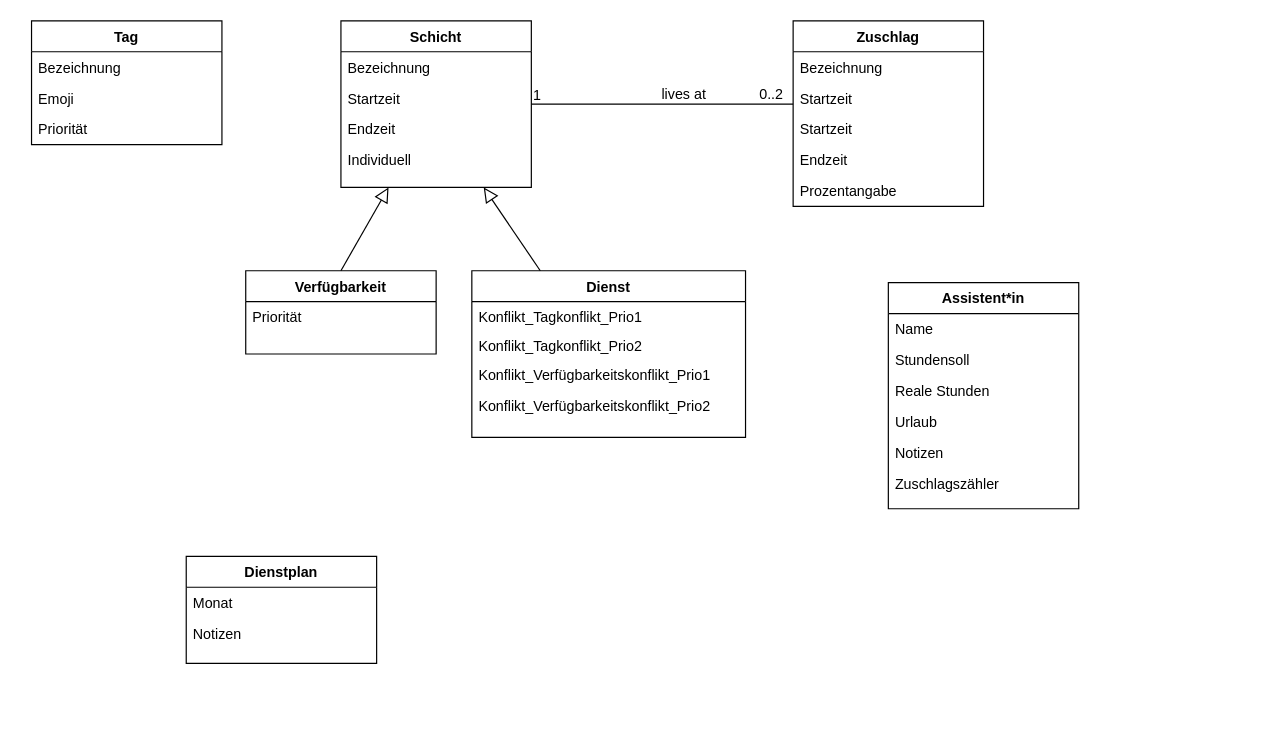
Before: 4_Entwurf/4_UML/Domänenklassendiagramm_Anforderungsspezifikation.drawio in annikalenneper/praxisprojekt_mi_bachelor_SoSe24, a draw.io diagram. Source tidied: cells renumbered, new cells numbered last; positions are measured from the earlier drawing's top-left corner, leaving out a move shared by most shapes. Both pictures are drawn from the tidied source at 119%, with x=0, y=0 at pixel (31, 20).
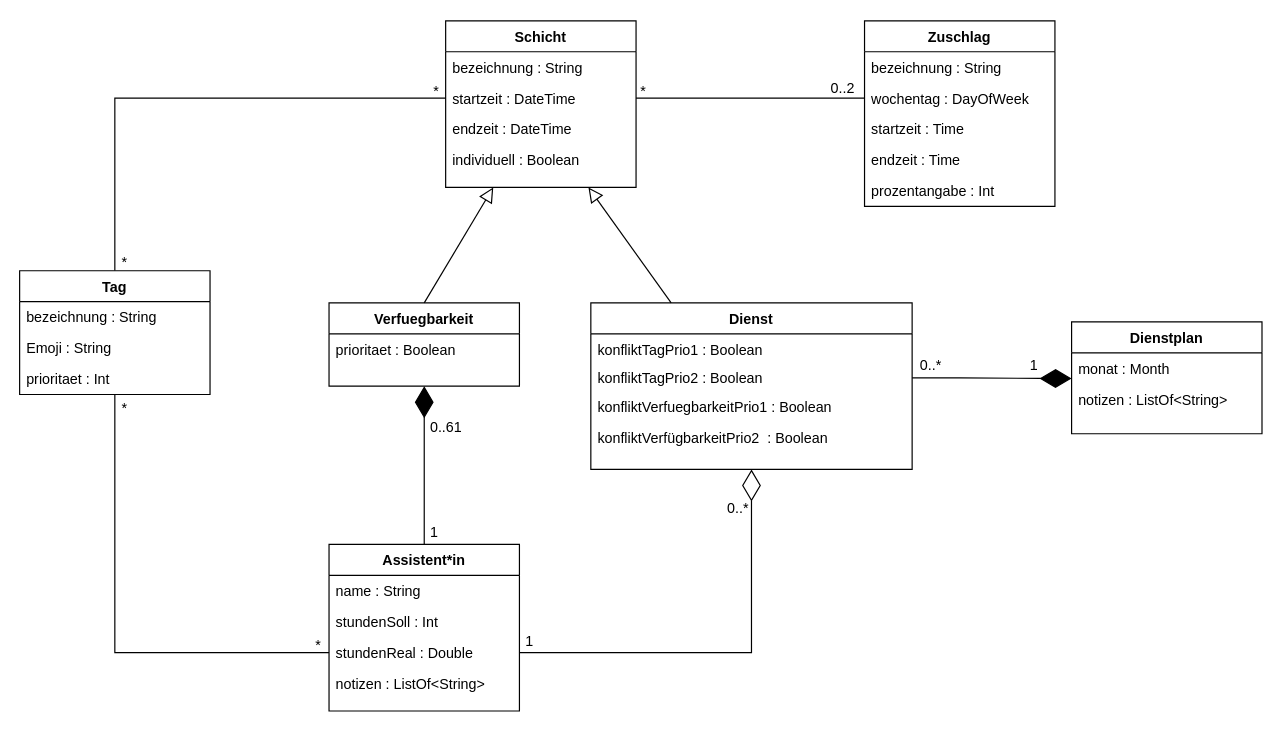
The same diagram, later.

Commit message:
added data types for class properties in domain class diagram

What changed in the source:
```diff
@@
     <mxCell id="2" value="Schicht" style="swimlane;fontStyle=1;align=center;verticalAlign=top;horizontal=1;startSize=26;rounded=0;shadow=0;strokeWidth=1;" parent="1" vertex="1">
-      <mxGeometry x="260" width="160" height="140" as="geometry" />
+      <mxGeometry x="348" width="160" height="140" as="geometry" />
     </mxCell>
-    <mxCell id="3" value="Bezeichnung" style="text;align=left;verticalAlign=top;spacingLeft=4;spacingRight=4;overflow=hidden;rounded=0;shadow=0;html=0;" parent="2" vertex="1">
+    <mxCell id="3" value="bezeichnung : String" style="text;align=left;verticalAlign=top;spacingLeft=4;spacingRight=4;overflow=hidden;rounded=0;shadow=0;html=0;" parent="2" vertex="1">
       <mxGeometry y="26" width="160" height="26" as="geometry" />
     </mxCell>
-    <mxCell id="4" value="Startzeit" style="text;align=left;verticalAlign=top;spacingLeft=4;spacingRight=4;overflow=hidden;points=[[0,0.5],[1,0.5]];portConstraint=eastwest;rounded=0;shadow=0;html=0;" parent="2" vertex="1">
+    <mxCell id="4" value="startzeit : DateTime" style="text;align=left;verticalAlign=top;spacingLeft=4;spacingRight=4;overflow=hidden;points=[[0,0.5],[1,0.5]];portConstraint=eastwest;rounded=0;shadow=0;html=0;" parent="2" vertex="1">
       <mxGeometry y="52" width="160" height="26" as="geometry" />
     </mxCell>
-    <mxCell id="5" value="Endzeit" style="text;align=left;verticalAlign=top;spacingLeft=4;spacingRight=4;overflow=hidden;rounded=0;shadow=0;html=0;" parent="2" vertex="1">
+    <mxCell id="5" value="endzeit : DateTime" style="text;align=left;verticalAlign=top;spacingLeft=4;spacingRight=4;overflow=hidden;rounded=0;shadow=0;html=0;" parent="2" vertex="1">
       <mxGeometry y="78" width="160" height="26" as="geometry" />
     </mxCell>
-    <mxCell id="6" value="Individuell" style="text;align=left;verticalAlign=top;spacingLeft=4;spacingRight=4;overflow=hidden;rounded=0;shadow=0;html=0;" parent="2" vertex="1">
+    <mxCell id="6" value="individuell : Boolean" style="text;align=left;verticalAlign=top;spacingLeft=4;spacingRight=4;overflow=hidden;rounded=0;shadow=0;html=0;" parent="2" vertex="1">
       <mxGeometry y="104" width="160" height="26" as="geometry" />
     </mxCell>
-    <mxCell id="7" value="Verfügbarkeit" style="swimlane;fontStyle=1;align=center;verticalAlign=top;horizontal=1;startSize=26;rounded=0;shadow=0;strokeWidth=1;" parent="1" vertex="1">
-      <mxGeometry x="180" y="210" width="160" height="70" as="geometry" />
+    <mxCell id="7" value="Verfuegbarkeit" style="swimlane;fontStyle=1;align=center;verticalAlign=top;horizontal=1;startSize=26;rounded=0;shadow=0;strokeWidth=1;" parent="1" vertex="1">
+      <mxGeometry x="250" y="237" width="160" height="70" as="geometry" />
     </mxCell>
-    <mxCell id="8" value="Priorität" style="text;align=left;verticalAlign=top;spacingLeft=4;spacingRight=4;overflow=hidden;" parent="7" vertex="1">
+    <mxCell id="8" value="prioritaet : Boolean" style="text;align=left;verticalAlign=top;spacingLeft=4;spacingRight=4;overflow=hidden;" parent="7" vertex="1">
       <mxGeometry y="26" width="160" height="24" as="geometry" />
     </mxCell>
@@
     <mxCell id="10" value="Zuschlag" style="swimlane;fontStyle=1;align=center;verticalAlign=top;horizontal=1;startSize=26;rounded=0;shadow=0;strokeWidth=1;" parent="1" vertex="1">
-      <mxGeometry x="640" width="160" height="156" as="geometry" />
+      <mxGeometry x="700" width="160" height="156" as="geometry" />
     </mxCell>
-    <mxCell id="11" value="Bezeichnung" style="text;align=left;verticalAlign=top;spacingLeft=4;spacingRight=4;overflow=hidden;" parent="10" vertex="1">
+    <mxCell id="11" value="bezeichnung : String" style="text;align=left;verticalAlign=top;spacingLeft=4;spacingRight=4;overflow=hidden;" parent="10" vertex="1">
       <mxGeometry y="26" width="160" height="26" as="geometry" />
     </mxCell>
-    <mxCell id="12" value="Startzeit" style="text;align=left;verticalAlign=top;spacingLeft=4;spacingRight=4;overflow=hidden;points=[[0,0.5],[1,0.5]];portConstraint=eastwest;rounded=0;shadow=0;html=0;" parent="10" vertex="1">
+    <mxCell id="12" value="wochentag : DayOfWeek" style="text;align=left;verticalAlign=top;spacingLeft=4;spacingRight=4;overflow=hidden;points=[[0,0.5],[1,0.5]];portConstraint=eastwest;rounded=0;shadow=0;html=0;" parent="10" vertex="1">
       <mxGeometry y="52" width="160" height="26" as="geometry" />
     </mxCell>
-    <mxCell id="13" value="Startzeit" style="text;align=left;verticalAlign=top;spacingLeft=4;spacingRight=4;overflow=hidden;rounded=0;shadow=0;html=0;" parent="10" vertex="1">
+    <mxCell id="13" value="startzeit : Time" style="text;align=left;verticalAlign=top;spacingLeft=4;spacingRight=4;overflow=hidden;rounded=0;shadow=0;html=0;" parent="10" vertex="1">
       <mxGeometry y="78" width="160" height="26" as="geometry" />
     </mxCell>
-    <mxCell id="14" value="Endzeit" style="text;align=left;verticalAlign=top;spacingLeft=4;spacingRight=4;overflow=hidden;rounded=0;shadow=0;html=0;" parent="10" vertex="1">
+    <mxCell id="14" value="endzeit : Time" style="text;align=left;verticalAlign=top;spacingLeft=4;spacingRight=4;overflow=hidden;rounded=0;shadow=0;html=0;" parent="10" vertex="1">
       <mxGeometry y="104" width="160" height="26" as="geometry" />
     </mxCell>
-    <mxCell id="15" value="Prozentangabe" style="text;align=left;verticalAlign=top;spacingLeft=4;spacingRight=4;overflow=hidden;rounded=0;shadow=0;html=0;" parent="10" vertex="1">
+    <mxCell id="15" value="prozentangabe : Int" style="text;align=left;verticalAlign=top;spacingLeft=4;spacingRight=4;overflow=hidden;rounded=0;shadow=0;html=0;" parent="10" vertex="1">
       <mxGeometry y="130" width="160" height="26" as="geometry" />
     </mxCell>
-    <mxCell id="16" style="endArrow=none;shadow=0;strokeWidth=1;rounded=0;curved=0;endFill=0;edgeStyle=elbowEdgeStyle;elbow=vertical;" parent="1" edge="1" source="2" target="10">
+    <mxCell id="16" style="endArrow=none;shadow=0;strokeWidth=1;rounded=0;curved=0;endFill=0;edgeStyle=elbowEdgeStyle;elbow=vertical;exitX=1;exitY=0.5;exitDx=0;exitDy=0;entryX=0;entryY=0.5;entryDx=0;entryDy=0;" parent="1" edge="1" source="4" target="12">
       <mxGeometry x="0.5" y="41" relative="1" as="geometry">
         <mxPoint x="-40" y="32" as="offset" />
       </mxGeometry>
     </mxCell>
-    <mxCell id="17" value="1" style="align=left;verticalAlign=bottom;labelBackgroundColor=none;fontSize=12;" parent="16" vertex="1">
+    <mxCell id="17" value="*" style="align=left;verticalAlign=bottom;labelBackgroundColor=none;fontSize=12;" parent="16" vertex="1">
       <mxGeometry x="-1" relative="1" as="geometry">
-        <mxPoint y="1" as="offset" />
+        <mxPoint x="2" y="3" as="offset" />
       </mxGeometry>
     </mxCell>
@@
-    <mxCell id="19" value="lives at" style="text;html=1;align=center;verticalAlign=middle;labelBackgroundColor=none;rounded=0;shadow=0;strokeWidth=1;fontSize=12;" parent="16" vertex="1">
-      <mxGeometry x="0.5" y="49" relative="1" as="geometry">
-        <mxPoint x="-38" y="40" as="offset" />
-      </mxGeometry>
-    </mxCell>
+    <mxCell id="40" style="edgeStyle=orthogonalEdgeStyle;rounded=0;jettySize=auto;html=1;entryX=0;entryY=0.5;entryDx=0;entryDy=0;endArrow=none;endFill=0;" parent="1" edge="1" source="20" target="27">
+      <mxGeometry relative="1" as="geometry" />
+    </mxCell>
+    <mxCell id="41" style="edgeStyle=orthogonalEdgeStyle;rounded=0;jettySize=auto;html=1;entryX=0;entryY=0.5;entryDx=0;entryDy=0;endArrow=none;endFill=0;" parent="1" edge="1" source="20" target="4">
+      <mxGeometry relative="1" as="geometry" />
+    </mxCell>
     <mxCell id="20" value="Tag" style="swimlane;fontStyle=1;align=center;verticalAlign=top;horizontal=1;startSize=26;rounded=0;shadow=0;strokeWidth=1;" parent="1" vertex="1">
-      <mxGeometry width="160" height="104" as="geometry" />
+      <mxGeometry x="-10" y="210" width="160" height="104" as="geometry" />
     </mxCell>
-    <mxCell id="21" value="Bezeichnung" style="text;align=left;verticalAlign=top;spacingLeft=4;spacingRight=4;overflow=hidden;rounded=0;shadow=0;html=0;" parent="20" vertex="1">
+    <mxCell id="21" value="bezeichnung : String" style="text;align=left;verticalAlign=top;spacingLeft=4;spacingRight=4;overflow=hidden;rounded=0;shadow=0;html=0;" parent="20" vertex="1">
       <mxGeometry y="26" width="160" height="26" as="geometry" />
     </mxCell>
-    <mxCell id="22" value="Emoji" style="text;align=left;verticalAlign=top;spacingLeft=4;spacingRight=4;overflow=hidden;rounded=0;shadow=0;html=0;" parent="20" vertex="1">
+    <mxCell id="22" value="Emoji : String" style="text;align=left;verticalAlign=top;spacingLeft=4;spacingRight=4;overflow=hidden;rounded=0;shadow=0;html=0;" parent="20" vertex="1">
       <mxGeometry y="52" width="160" height="26" as="geometry" />
     </mxCell>
-    <mxCell id="23" value="Priorität" style="text;align=left;verticalAlign=top;spacingLeft=4;spacingRight=4;overflow=hidden;rounded=0;shadow=0;html=0;" parent="20" vertex="1">
+    <mxCell id="23" value="prioritaet : Int" style="text;align=left;verticalAlign=top;spacingLeft=4;spacingRight=4;overflow=hidden;rounded=0;shadow=0;html=0;" parent="20" vertex="1">
       <mxGeometry y="78" width="160" height="26" as="geometry" />
     </mxCell>
     <mxCell id="24" value="Assistent*in" style="swimlane;fontStyle=1;align=center;verticalAlign=top;horizontal=1;startSize=26;rounded=0;shadow=0;strokeWidth=1;" parent="1" vertex="1">
-      <mxGeometry x="720" y="220" width="160" height="190" as="geometry" />
+      <mxGeometry x="250" y="440" width="160" height="140" as="geometry" />
     </mxCell>
-    <mxCell id="25" value="Name" style="text;align=left;verticalAlign=top;spacingLeft=4;spacingRight=4;overflow=hidden;" parent="24" vertex="1">
+    <mxCell id="25" value="name : String" style="text;align=left;verticalAlign=top;spacingLeft=4;spacingRight=4;overflow=hidden;" parent="24" vertex="1">
       <mxGeometry y="26" width="160" height="26" as="geometry" />
     </mxCell>
-    <mxCell id="26" value="Stundensoll" style="text;align=left;verticalAlign=top;spacingLeft=4;spacingRight=4;overflow=hidden;rounded=0;shadow=0;html=0;" parent="24" vertex="1">
+    <mxCell id="26" value="stundenSoll : Int" style="text;align=left;verticalAlign=top;spacingLeft=4;spacingRight=4;overflow=hidden;rounded=0;shadow=0;html=0;" parent="24" vertex="1">
       <mxGeometry y="52" width="160" height="26" as="geometry" />
     </mxCell>
-    <mxCell id="27" value="Reale Stunden" style="text;align=left;verticalAlign=top;spacingLeft=4;spacingRight=4;overflow=hidden;points=[[0,0.5],[1,0.5]];portConstraint=eastwest;rounded=0;shadow=0;html=0;" parent="24" vertex="1">
+    <mxCell id="27" value="stundenReal : Double" style="text;align=left;verticalAlign=top;spacingLeft=4;spacingRight=4;overflow=hidden;points=[[0,0.5],[1,0.5]];portConstraint=eastwest;rounded=0;shadow=0;html=0;" parent="24" vertex="1">
       <mxGeometry y="78" width="160" height="26" as="geometry" />
     </mxCell>
-    <mxCell id="28" value="Urlaub" style="text;align=left;verticalAlign=top;spacingLeft=4;spacingRight=4;overflow=hidden;rounded=0;shadow=0;html=0;" parent="24" vertex="1">
-      <mxGeometry y="104" width="160" height="26" as="geometry" />
-    </mxCell>
-    <mxCell id="29" value="Notizen" style="text;align=left;verticalAlign=top;spacingLeft=4;spacingRight=4;overflow=hidden;rounded=0;shadow=0;html=0;" parent="24" vertex="1">
-      <mxGeometry y="130" width="160" height="26" as="geometry" />
+    <mxCell id="29" value="notizen : ListOf&lt;String&gt;" style="text;align=left;verticalAlign=top;spacingLeft=4;spacingRight=4;overflow=hidden;rounded=0;shadow=0;html=0;" parent="24" vertex="1">
+      <mxGeometry y="104" width="160" height="26" as="geometry" />
     </mxCell>
-    <mxCell id="30" value="Zuschlagszähler" style="text;align=left;verticalAlign=top;spacingLeft=4;spacingRight=4;overflow=hidden;rounded=0;shadow=0;html=0;" parent="24" vertex="1">
-      <mxGeometry y="156" width="160" height="26" as="geometry" />
-    </mxCell>
     <mxCell id="31" value="Dienst" style="swimlane;fontStyle=1;align=center;verticalAlign=top;horizontal=1;startSize=26;rounded=0;shadow=0;strokeWidth=1;" parent="1" vertex="1">
-      <mxGeometry x="370" y="210" width="230" height="140" as="geometry" />
+      <mxGeometry x="470" y="237" width="270" height="140" as="geometry" />
     </mxCell>
-    <mxCell id="32" value="Konflikt_Tagkonflikt_Prio1" style="text;align=left;verticalAlign=top;spacingLeft=4;spacingRight=4;overflow=hidden;" parent="31" vertex="1">
-      <mxGeometry y="26" width="230" height="24" as="geometry" />
+    <mxCell id="32" value="konfliktTagPrio1 : Boolean" style="text;align=left;verticalAlign=top;spacingLeft=4;spacingRight=4;overflow=hidden;" parent="31" vertex="1">
+      <mxGeometry y="26" width="270" height="24" as="geometry" />
     </mxCell>
-    <mxCell id="33" value="Konflikt_Tagkonflikt_Prio2" style="text;align=left;verticalAlign=top;spacingLeft=4;spacingRight=4;overflow=hidden;" parent="31" vertex="1">
-      <mxGeometry y="50" width="230" height="24" as="geometry" />
+    <mxCell id="33" value="konfliktTagPrio2 : Boolean" style="text;align=left;verticalAlign=top;spacingLeft=4;spacingRight=4;overflow=hidden;" parent="31" vertex="1">
+      <mxGeometry y="50" width="270" height="24" as="geometry" />
     </mxCell>
-    <mxCell id="34" value="Konflikt_Verfügbarkeitskonflikt_Prio1" style="text;align=left;verticalAlign=top;spacingLeft=4;spacingRight=4;overflow=hidden;" parent="31" vertex="1">
-      <mxGeometry y="74" width="230" height="26" as="geometry" />
+    <mxCell id="34" value="konfliktVerfuegbarkeitPrio1 : Boolean" style="text;align=left;verticalAlign=top;spacingLeft=4;spacingRight=4;overflow=hidden;" parent="31" vertex="1">
+      <mxGeometry y="74" width="270" height="26" as="geometry" />
     </mxCell>
-    <mxCell id="35" value="Konflikt_Verfügbarkeitskonflikt_Prio2" style="text;align=left;verticalAlign=top;spacingLeft=4;spacingRight=4;overflow=hidden;" parent="31" vertex="1">
-      <mxGeometry y="100" width="230" height="26" as="geometry" />
+    <mxCell id="35" value="konfliktVerfügbarkeitPrio2  : Boolean" style="text;align=left;verticalAlign=top;spacingLeft=4;spacingRight=4;overflow=hidden;" parent="31" vertex="1">
+      <mxGeometry y="100" width="270" height="26" as="geometry" />
     </mxCell>
     <mxCell id="36" value="Dienstplan" style="swimlane;fontStyle=1;align=center;verticalAlign=top;horizontal=1;startSize=26;rounded=0;shadow=0;strokeWidth=1;" parent="1" vertex="1">
-      <mxGeometry x="130" y="450" width="160" height="90" as="geometry" />
+      <mxGeometry x="874" y="253" width="160" height="94" as="geometry" />
     </mxCell>
-    <mxCell id="37" value="Monat" style="text;align=left;verticalAlign=top;spacingLeft=4;spacingRight=4;overflow=hidden;points=[[0,0.5],[1,0.5]];portConstraint=eastwest;rounded=0;shadow=0;html=0;" parent="36" vertex="1">
+    <mxCell id="37" value="monat : Month" style="text;align=left;verticalAlign=top;spacingLeft=4;spacingRight=4;overflow=hidden;points=[[0,0.5],[1,0.5]];portConstraint=eastwest;rounded=0;shadow=0;html=0;" parent="36" vertex="1">
       <mxGeometry y="26" width="160" height="26" as="geometry" />
     </mxCell>
-    <mxCell id="38" value="Notizen" style="text;align=left;verticalAlign=top;spacingLeft=4;spacingRight=4;overflow=hidden;rounded=0;shadow=0;html=0;" parent="36" vertex="1">
+    <mxCell id="38" value="notizen : ListOf&lt;String&gt;" style="text;align=left;verticalAlign=top;spacingLeft=4;spacingRight=4;overflow=hidden;rounded=0;shadow=0;html=0;" parent="36" vertex="1">
       <mxGeometry y="52" width="160" height="26" as="geometry" />
     </mxCell>
@@
+    <mxCell id="42" style="endArrow=diamondThin;endFill=1;endSize=24;html=1;rounded=0;entryX=0.5;entryY=1;entryDx=0;entryDy=0;exitX=0.5;exitY=0;exitDx=0;exitDy=0;" parent="1" edge="1" source="24" target="7">
+      <mxGeometry relative="1" as="geometry" />
+    </mxCell>
+    <mxCell id="43" style="endArrow=diamondThin;endFill=0;endSize=24;html=1;rounded=0;entryX=0.5;entryY=1;entryDx=0;entryDy=0;exitX=1;exitY=0.5;exitDx=0;exitDy=0;edgeStyle=orthogonalEdgeStyle;" parent="1" edge="1" source="27" target="31">
+      <mxGeometry relative="1" as="geometry" />
+    </mxCell>
+    <mxCell id="44" value="1" style="align=right;verticalAlign=bottom;labelBackgroundColor=none;fontSize=12;" parent="1" vertex="1">
+      <mxGeometry x="343" y="438" as="geometry" />
+    </mxCell>
+    <mxCell id="45" value="0..61" style="align=right;verticalAlign=bottom;labelBackgroundColor=none;fontSize=12;" parent="1" vertex="1">
+      <mxGeometry x="363" y="350" as="geometry" />
+    </mxCell>
+    <mxCell id="46" value="0..*" style="align=right;verticalAlign=bottom;labelBackgroundColor=none;fontSize=12;" parent="1" vertex="1">
+      <mxGeometry x="588" y="402" as="geometry">
+        <mxPoint x="16" y="16" as="offset" />
+      </mxGeometry>
+    </mxCell>
+    <mxCell id="47" style="endArrow=diamondThin;endFill=1;endSize=24;html=1;rounded=0;entryX=0;entryY=0.833;entryDx=0;entryDy=0;entryPerimeter=0;" parent="1" edge="1" target="37">
+      <mxGeometry relative="1" as="geometry">
+        <mxPoint x="740" y="300" as="sourcePoint" />
+        <Array as="points">
+          <mxPoint x="780" y="300" />
+        </Array>
+      </mxGeometry>
+    </mxCell>
+    <mxCell id="48" value="*" style="align=left;verticalAlign=bottom;labelBackgroundColor=none;fontSize=12;" parent="1" vertex="1">
+      <mxGeometry x="519" y="89" as="geometry">
+        <mxPoint x="-282" y="444" as="offset" />
+      </mxGeometry>
+    </mxCell>
+    <mxCell id="49" value="*" style="align=left;verticalAlign=bottom;labelBackgroundColor=none;fontSize=12;" parent="1" vertex="1">
+      <mxGeometry x="356" y="-110" as="geometry">
+        <mxPoint x="-282" y="444" as="offset" />
+      </mxGeometry>
+    </mxCell>
+    <mxCell id="50" value="*" style="align=left;verticalAlign=bottom;labelBackgroundColor=none;fontSize=12;" parent="1" vertex="1">
+      <mxGeometry x="473" y="-288" as="geometry">
+        <mxPoint x="-399" y="499" as="offset" />
+      </mxGeometry>
+    </mxCell>
+    <mxCell id="51" value="*" style="align=left;verticalAlign=bottom;labelBackgroundColor=none;fontSize=12;" parent="1" vertex="1">
+      <mxGeometry x="735" y="-431" as="geometry">
+        <mxPoint x="-399" y="499" as="offset" />
+      </mxGeometry>
+    </mxCell>
+    <mxCell id="52" value="1" style="align=right;verticalAlign=bottom;labelBackgroundColor=none;fontSize=12;" parent="1" vertex="1">
+      <mxGeometry x="423" y="530" as="geometry" />
+    </mxCell>
+    <mxCell id="53" value="1" style="align=right;verticalAlign=bottom;labelBackgroundColor=none;fontSize=12;" parent="1" vertex="1">
+      <mxGeometry x="450" y="540" as="geometry">
+        <mxPoint x="397" y="-242" as="offset" />
+      </mxGeometry>
+    </mxCell>
+    <mxCell id="54" value="0..*" style="align=right;verticalAlign=bottom;labelBackgroundColor=none;fontSize=12;" parent="1" vertex="1">
+      <mxGeometry x="750" y="282" as="geometry">
+        <mxPoint x="16" y="16" as="offset" />
+      </mxGeometry>
+    </mxCell>
```
